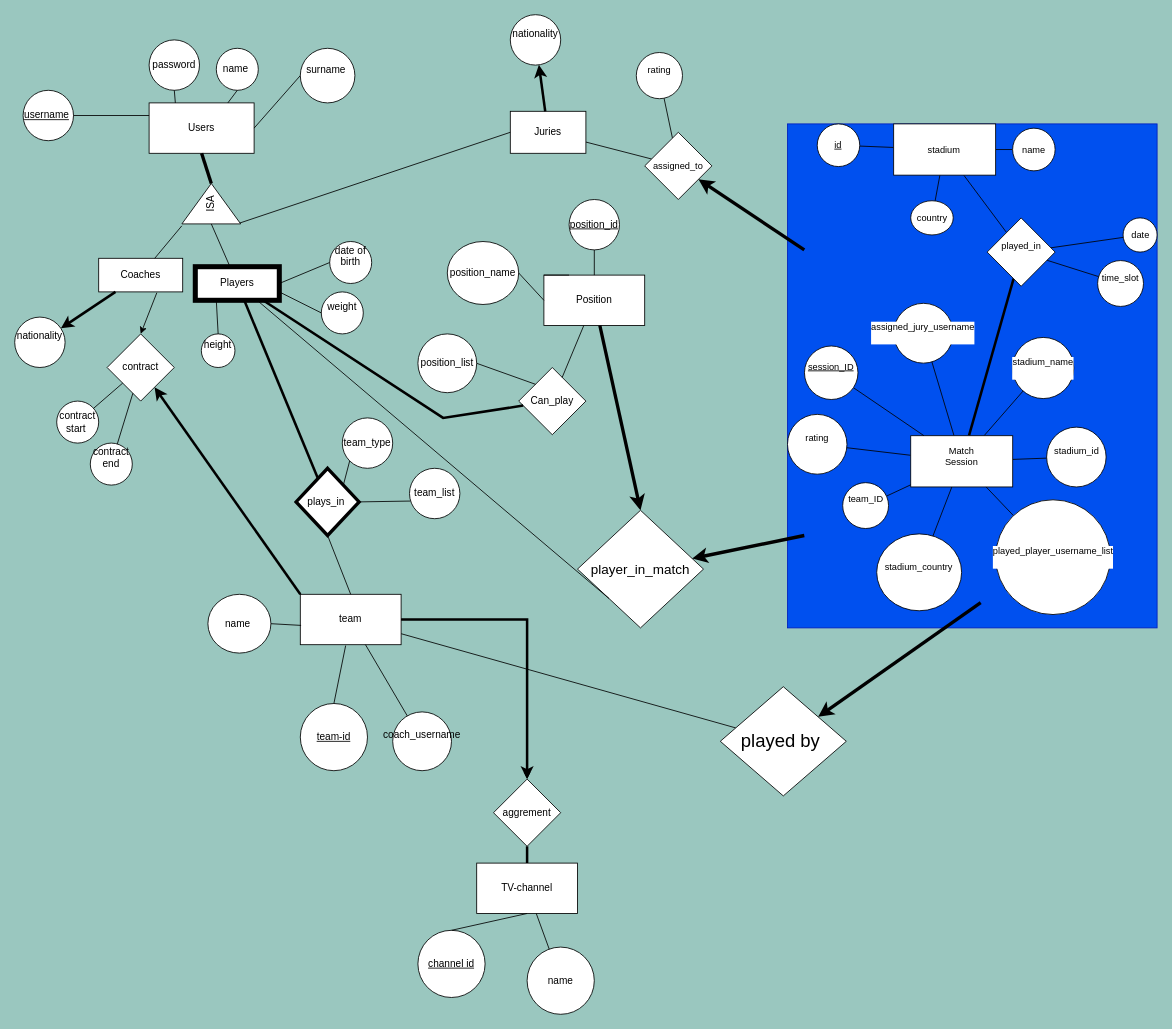
Above: Untitled Diagram.drawio in iremnuy/ER_model (draw.io), before the change. Source tidied: cells renumbered, new cells numbered last; positions are measured from the earlier drawing's top-left corner, leaving out a move shared by most shapes. Both pictures are drawn from the tidied source at 84%, with x=0, y=0 at pixel (14, 14).
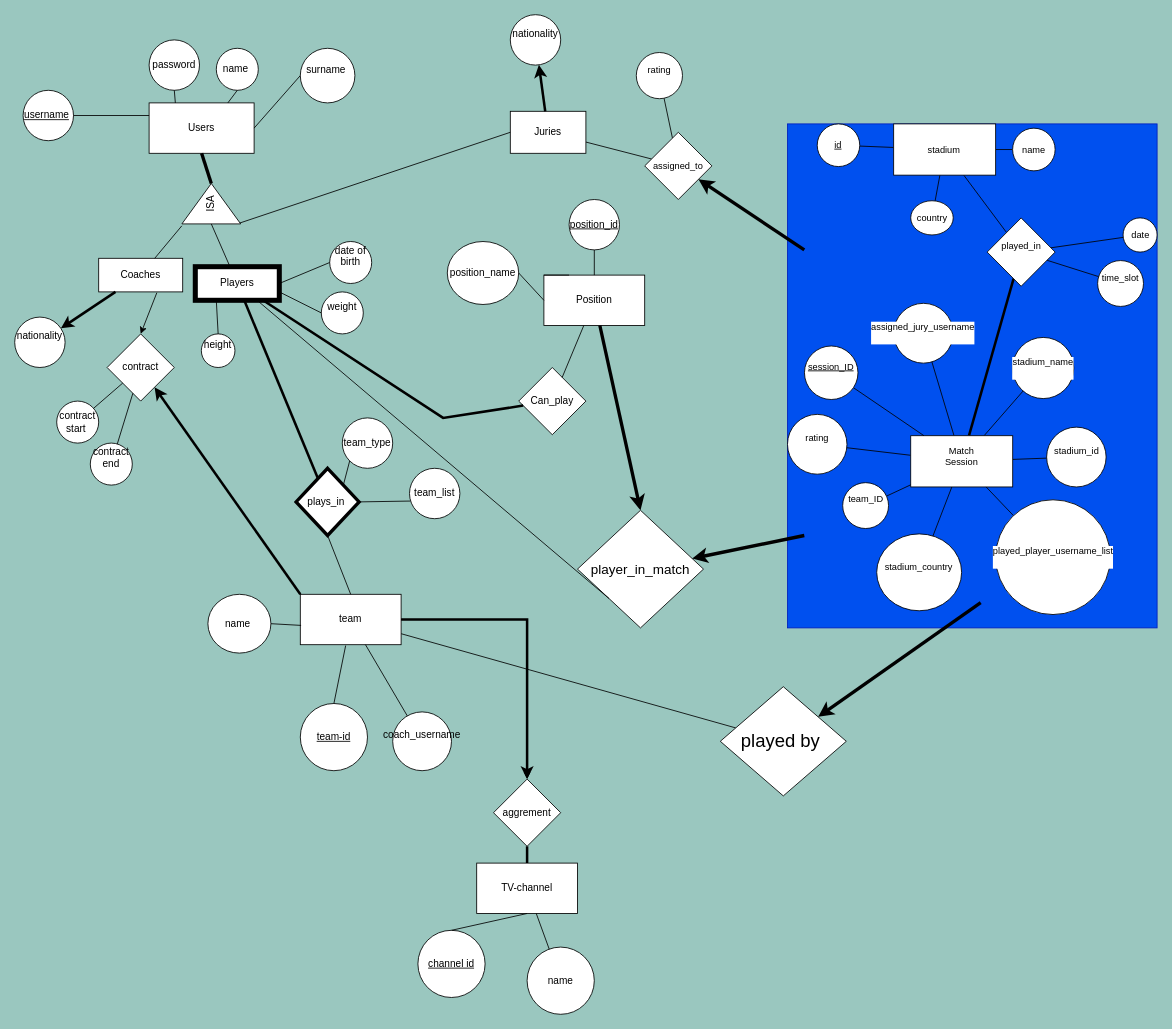
The same page after the edit.

The change refers to these unchanged cells:
```xml
<mxCell id="41" value="Can_play" style="rhombus;whiteSpace=wrap;html=1;" parent="1" vertex="1">
  <mxGeometry x="600" y="420" width="80" height="80" as="geometry" />
</mxCell>
```

Diff of the diagram source:
```diff
@@
-    <mxCell id="62" value="position_list" style="ellipse;whiteSpace=wrap;html=1;" parent="1" vertex="1">
-      <mxGeometry x="480" y="380" width="70" height="70" as="geometry" />
-    </mxCell>
-    <mxCell id="63" style="endArrow=none;html=1;rounded=0;entryX=1;entryY=0.5;entryDx=0;entryDy=0;exitX=0;exitY=0;exitDx=0;exitDy=0;" parent="1" edge="1" source="41" target="62">
-      <mxGeometry relative="1" as="geometry" />
-    </mxCell>
```
